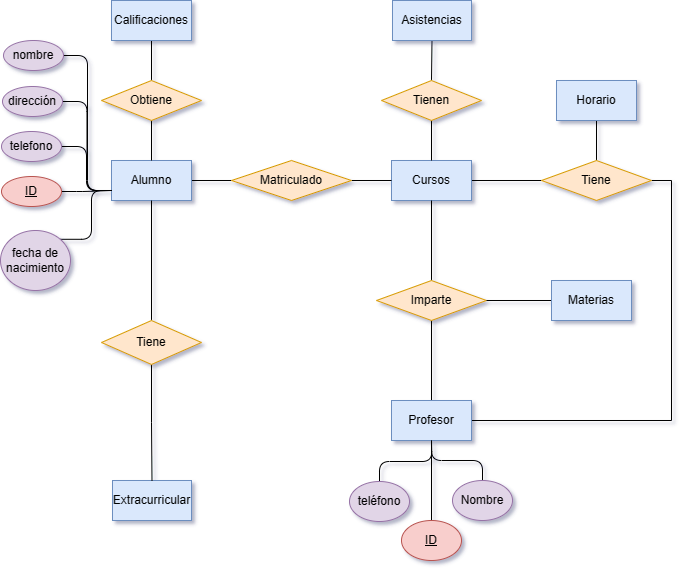
toninavhd/Base-datos keeps this draw.io diagram as Unidad-1/Tareas/Tarea_evaluable1/tareaentregable.drawio.png. Above is the earlier version. Source tidied: cells renumbered, new cells last; positions are measured from the earlier drawing's top-left corner, leaving out a move shared by most shapes.
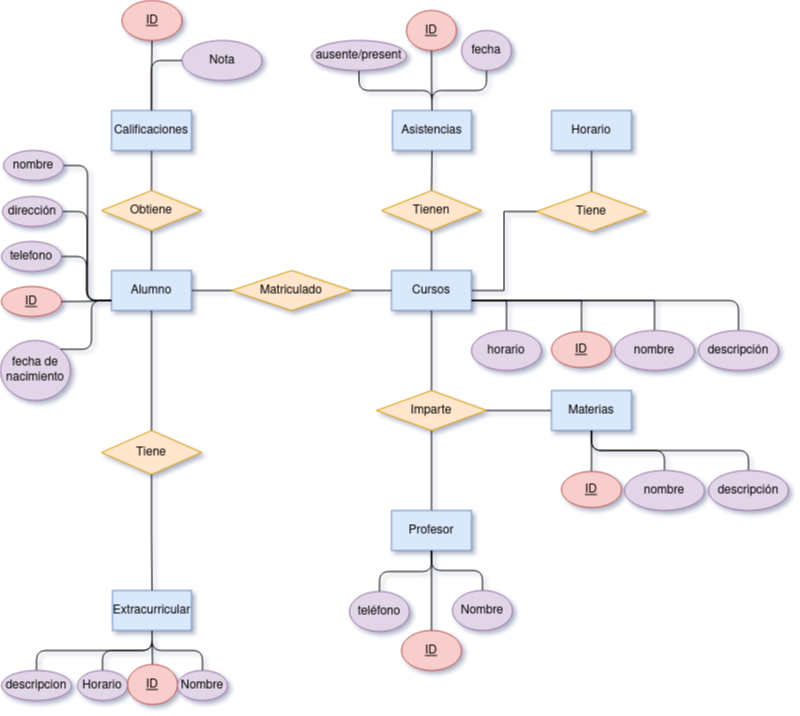
The same file after the commit.

The edit, as a diff of the source:
```diff
@@ -11,6 +11,9 @@
     <mxCell id="4" style="edgeStyle=orthogonalEdgeStyle;rounded=0;jettySize=auto;html=1;exitX=1;exitY=0.5;exitDx=0;exitDy=0;entryX=0;entryY=0.5;entryDx=0;entryDy=0;endArrow=none;endFill=0;" parent="1" edge="1" source="5" target="24">
       <mxGeometry relative="1" as="geometry" />
     </mxCell>
+    <mxCell id="46" style="edgeStyle=orthogonalEdgeStyle;rounded=0;jettySize=auto;html=1;exitX=1;exitY=0.75;exitDx=0;exitDy=0;entryX=0.5;entryY=0;entryDx=0;entryDy=0;endArrow=none;endFill=0;" parent="1" edge="1" source="5" target="54">
+      <mxGeometry relative="1" as="geometry" />
+    </mxCell>
     <mxCell id="5" value="Cursos" style="whiteSpace=wrap;html=1;fillColor=#dae8fc;strokeColor=#6c8ebf;" parent="1" vertex="1">
       <mxGeometry x="391" y="160" width="80" height="40" as="geometry" />
     </mxCell>
@@ -26,9 +29,6 @@
     <mxCell id="9" style="edgeStyle=orthogonalEdgeStyle;rounded=0;jettySize=auto;html=1;exitX=0.5;exitY=1;exitDx=0;exitDy=0;entryX=0.5;entryY=0;entryDx=0;entryDy=0;endArrow=none;endFill=0;" parent="1" edge="1" source="11" target="33">
       <mxGeometry relative="1" as="geometry" />
     </mxCell>
-    <mxCell id="10" style="edgeStyle=orthogonalEdgeStyle;rounded=0;jettySize=auto;html=1;exitX=1;exitY=0.5;exitDx=0;exitDy=0;entryX=1;entryY=0.5;entryDx=0;entryDy=0;endArrow=none;endFill=0;" parent="1" edge="1" source="11" target="24">
-      <mxGeometry relative="1" as="geometry" />
-    </mxCell>
     <mxCell id="11" value="Profesor" style="whiteSpace=wrap;html=1;fillColor=#dae8fc;strokeColor=#6c8ebf;" parent="1" vertex="1">
       <mxGeometry x="391" y="400" width="80" height="40" as="geometry" />
     </mxCell>
@@ -68,10 +68,10 @@
       <mxGeometry relative="1" as="geometry" />
     </mxCell>
     <mxCell id="23" value="Horario" style="whiteSpace=wrap;html=1;fillColor=#dae8fc;strokeColor=#6c8ebf;" parent="1" vertex="1">
-      <mxGeometry x="556" y="80" width="80" height="40" as="geometry" />
+      <mxGeometry x="551" width="80" height="40" as="geometry" />
     </mxCell>
     <mxCell id="24" value="Tiene" style="rhombus;whiteSpace=wrap;html=1;fillColor=#ffe6cc;strokeColor=#d79b00;" parent="1" vertex="1">
-      <mxGeometry x="541" y="160" width="110" height="40" as="geometry" />
+      <mxGeometry x="536" y="81" width="110" height="40" as="geometry" />
     </mxCell>
     <mxCell id="25" style="edgeStyle=orthogonalEdgeStyle;rounded=0;jettySize=auto;html=1;exitX=0.5;exitY=1;exitDx=0;exitDy=0;endArrow=none;endFill=0;" parent="1" edge="1" source="26">
       <mxGeometry relative="1" as="geometry">
@@ -110,6 +110,9 @@
     <mxCell id="34" style="edgeStyle=orthogonalEdgeStyle;rounded=0;jettySize=auto;html=1;exitX=0.5;exitY=1;exitDx=0;exitDy=0;entryX=0.5;entryY=0;entryDx=0;entryDy=0;endArrow=none;endFill=0;" parent="1" edge="1" source="35" target="37">
       <mxGeometry relative="1" as="geometry" />
     </mxCell>
+    <mxCell id="47" style="edgeStyle=orthogonalEdgeStyle;rounded=0;jettySize=auto;html=1;exitX=0.5;exitY=0;exitDx=0;exitDy=0;entryX=0.5;entryY=1;entryDx=0;entryDy=0;endArrow=none;endFill=0;" parent="1" edge="1" source="35" target="61">
+      <mxGeometry relative="1" as="geometry" />
+    </mxCell>
     <mxCell id="35" value="Calificaciones" style="whiteSpace=wrap;html=1;fillColor=#dae8fc;strokeColor=#6c8ebf;" parent="1" vertex="1">
       <mxGeometry x="111" width="80" height="40" as="geometry" />
     </mxCell>
@@ -145,5 +148,95 @@
     <mxCell id="45" value="Tienen" style="rhombus;whiteSpace=wrap;html=1;fillColor=#ffe6cc;strokeColor=#d79b00;" parent="1" vertex="1">
       <mxGeometry x="381" y="80" width="100" height="40" as="geometry" />
     </mxCell>
+    <mxCell id="48" style="edgeStyle=orthogonalEdgeStyle;rounded=0;jettySize=auto;html=1;exitX=0.5;exitY=0;exitDx=0;exitDy=0;endArrow=none;endFill=0;" parent="1" edge="1" source="49" target="15">
+      <mxGeometry relative="1" as="geometry" />
+    </mxCell>
+    <mxCell id="49" value="&lt;u&gt;ID&lt;/u&gt;" style="ellipse;whiteSpace=wrap;html=1;fillColor=#f8cecc;strokeColor=#b85450;" parent="1" vertex="1">
+      <mxGeometry x="561" y="361" width="60" height="36" as="geometry" />
+    </mxCell>
+    <mxCell id="50" style="edgeStyle=orthogonalEdgeStyle;rounded=1;jettySize=auto;html=1;exitX=0.5;exitY=0;exitDx=0;exitDy=0;endArrow=none;endFill=0;" parent="1" edge="1" source="51" target="15">
+      <mxGeometry relative="1" as="geometry" />
+    </mxCell>
+    <mxCell id="51" value="nombre" style="ellipse;whiteSpace=wrap;html=1;fillColor=#e1d5e7;strokeColor=#9673a6;" parent="1" vertex="1">
+      <mxGeometry x="624" y="360" width="80" height="40" as="geometry" />
+    </mxCell>
+    <mxCell id="52" style="edgeStyle=orthogonalEdgeStyle;rounded=1;jettySize=auto;html=1;exitX=0.5;exitY=0;exitDx=0;exitDy=0;endArrow=none;endFill=0;" parent="1" edge="1" source="53" target="15">
+      <mxGeometry relative="1" as="geometry" />
+    </mxCell>
+    <mxCell id="53" value="descripción" style="ellipse;whiteSpace=wrap;html=1;fillColor=#e1d5e7;strokeColor=#9673a6;" parent="1" vertex="1">
+      <mxGeometry x="708" y="360" width="80" height="40" as="geometry" />
+    </mxCell>
+    <mxCell id="54" value="&lt;u&gt;ID&lt;/u&gt;" style="ellipse;whiteSpace=wrap;html=1;fillColor=#f8cecc;strokeColor=#b85450;" parent="1" vertex="1">
+      <mxGeometry x="551" y="221" width="60" height="36" as="geometry" />
+    </mxCell>
+    <mxCell id="55" style="edgeStyle=orthogonalEdgeStyle;rounded=0;jettySize=auto;html=1;exitX=0.5;exitY=0;exitDx=0;exitDy=0;entryX=1;entryY=0.75;entryDx=0;entryDy=0;endArrow=none;endFill=0;" parent="1" edge="1" source="56" target="5">
+      <mxGeometry relative="1" as="geometry" />
+    </mxCell>
+    <mxCell id="56" value="nombre" style="ellipse;whiteSpace=wrap;html=1;fillColor=#e1d5e7;strokeColor=#9673a6;" parent="1" vertex="1">
+      <mxGeometry x="614" y="220" width="80" height="40" as="geometry" />
+    </mxCell>
+    <mxCell id="57" style="edgeStyle=orthogonalEdgeStyle;rounded=0;jettySize=auto;html=1;exitX=0.5;exitY=0;exitDx=0;exitDy=0;entryX=1;entryY=0.75;entryDx=0;entryDy=0;endArrow=none;endFill=0;" parent="1" edge="1" source="58" target="5">
+      <mxGeometry relative="1" as="geometry" />
+    </mxCell>
+    <mxCell id="58" value="horario" style="ellipse;whiteSpace=wrap;html=1;fillColor=#e1d5e7;strokeColor=#9673a6;" parent="1" vertex="1">
+      <mxGeometry x="471" y="220" width="70" height="40" as="geometry" />
+    </mxCell>
+    <mxCell id="59" style="edgeStyle=orthogonalEdgeStyle;rounded=1;jettySize=auto;html=1;exitX=0.5;exitY=0;exitDx=0;exitDy=0;entryX=1;entryY=0.75;entryDx=0;entryDy=0;endArrow=none;endFill=0;" parent="1" edge="1" source="60" target="5">
+      <mxGeometry relative="1" as="geometry" />
+    </mxCell>
+    <mxCell id="60" value="descripción" style="ellipse;whiteSpace=wrap;html=1;fillColor=#e1d5e7;strokeColor=#9673a6;" parent="1" vertex="1">
+      <mxGeometry x="698" y="220" width="80" height="40" as="geometry" />
+    </mxCell>
+    <mxCell id="61" value="&lt;u&gt;ID&lt;/u&gt;" style="ellipse;whiteSpace=wrap;html=1;fillColor=#f8cecc;strokeColor=#b85450;" parent="1" vertex="1">
+      <mxGeometry x="121.5" y="-110" width="60" height="40" as="geometry" />
+    </mxCell>
+    <mxCell id="62" style="edgeStyle=orthogonalEdgeStyle;rounded=1;jettySize=auto;html=1;exitX=0;exitY=0.5;exitDx=0;exitDy=0;endArrow=none;endFill=0;" parent="1" edge="1" source="63" target="35">
+      <mxGeometry relative="1" as="geometry" />
+    </mxCell>
+    <mxCell id="63" value="Nota" style="ellipse;whiteSpace=wrap;html=1;fillColor=#e1d5e7;strokeColor=#9673a6;" parent="1" vertex="1">
+      <mxGeometry x="181.5" y="-70" width="80" height="40" as="geometry" />
+    </mxCell>
+    <mxCell id="64" style="edgeStyle=orthogonalEdgeStyle;rounded=0;jettySize=auto;html=1;exitX=0.5;exitY=1;exitDx=0;exitDy=0;entryX=0.5;entryY=0;entryDx=0;entryDy=0;endArrow=none;endFill=0;" parent="1" edge="1" source="65" target="26">
+      <mxGeometry relative="1" as="geometry" />
+    </mxCell>
+    <mxCell id="65" value="&lt;u&gt;ID&lt;/u&gt;" style="ellipse;whiteSpace=wrap;html=1;fillColor=#f8cecc;strokeColor=#b85450;" parent="1" vertex="1">
+      <mxGeometry x="406" y="-100" width="50" height="40" as="geometry" />
+    </mxCell>
+    <mxCell id="66" style="edgeStyle=orthogonalEdgeStyle;rounded=1;jettySize=auto;html=1;exitX=0.5;exitY=1;exitDx=0;exitDy=0;entryX=0.5;entryY=0;entryDx=0;entryDy=0;endArrow=none;endFill=0;" parent="1" edge="1" source="67" target="26">
+      <mxGeometry relative="1" as="geometry" />
+    </mxCell>
+    <mxCell id="67" value="fecha" style="ellipse;whiteSpace=wrap;html=1;fillColor=#e1d5e7;strokeColor=#9673a6;" parent="1" vertex="1">
+      <mxGeometry x="461" y="-80" width="50" height="40" as="geometry" />
+    </mxCell>
+    <mxCell id="68" style="edgeStyle=orthogonalEdgeStyle;rounded=1;jettySize=auto;html=1;exitX=0.5;exitY=1;exitDx=0;exitDy=0;endArrow=none;endFill=0;" parent="1" edge="1" source="69" target="26">
+      <mxGeometry relative="1" as="geometry" />
+    </mxCell>
+    <mxCell id="69" value="ausente/present" style="ellipse;whiteSpace=wrap;html=1;fillColor=#e1d5e7;strokeColor=#9673a6;" parent="1" vertex="1">
+      <mxGeometry x="311" y="-70" width="95" height="30" as="geometry" />
+    </mxCell>
+    <mxCell id="70" style="edgeStyle=orthogonalEdgeStyle;rounded=0;jettySize=auto;html=1;exitX=0.5;exitY=0;exitDx=0;exitDy=0;entryX=0.5;entryY=1;entryDx=0;entryDy=0;endArrow=none;endFill=0;" parent="1" edge="1" source="71" target="27">
+      <mxGeometry relative="1" as="geometry" />
+    </mxCell>
+    <mxCell id="71" value="&lt;u&gt;ID&lt;/u&gt;" style="ellipse;whiteSpace=wrap;html=1;fillColor=#f8cecc;strokeColor=#b85450;" parent="1" vertex="1">
+      <mxGeometry x="127" y="554" width="50" height="40" as="geometry" />
+    </mxCell>
+    <mxCell id="72" style="edgeStyle=orthogonalEdgeStyle;rounded=1;jettySize=auto;html=1;exitX=0.5;exitY=0;exitDx=0;exitDy=0;entryX=0.5;entryY=1;entryDx=0;entryDy=0;endArrow=none;endFill=0;" parent="1" edge="1" source="73" target="27">
+      <mxGeometry relative="1" as="geometry" />
+    </mxCell>
+    <mxCell id="73" value="Nombre" style="ellipse;whiteSpace=wrap;html=1;fillColor=#e1d5e7;strokeColor=#9673a6;" parent="1" vertex="1">
+      <mxGeometry x="177" y="560" width="50" height="30" as="geometry" />
+    </mxCell>
+    <mxCell id="74" style="edgeStyle=orthogonalEdgeStyle;rounded=1;jettySize=auto;html=1;exitX=0.5;exitY=0;exitDx=0;exitDy=0;entryX=0.5;entryY=1;entryDx=0;entryDy=0;endArrow=none;endFill=0;" parent="1" edge="1" source="75" target="27">
+      <mxGeometry relative="1" as="geometry" />
+    </mxCell>
+    <mxCell id="75" value="Horario" style="ellipse;whiteSpace=wrap;html=1;fillColor=#e1d5e7;strokeColor=#9673a6;" parent="1" vertex="1">
+      <mxGeometry x="77" y="560" width="50" height="30" as="geometry" />
+    </mxCell>
+    <mxCell id="76" style="edgeStyle=orthogonalEdgeStyle;rounded=1;jettySize=auto;html=1;exitX=0.5;exitY=0;exitDx=0;exitDy=0;entryX=0.5;entryY=1;entryDx=0;entryDy=0;endArrow=none;endFill=0;" parent="1" edge="1" source="77" target="27">
+      <mxGeometry relative="1" as="geometry" />
+    </mxCell>
+    <mxCell id="77" value="descripcion" style="ellipse;whiteSpace=wrap;html=1;fillColor=#e1d5e7;strokeColor=#9673a6;" parent="1" vertex="1">
+      <mxGeometry x="1" y="560" width="70" height="30" as="geometry" />
+    </mxCell>
   </root>
 </mxGraphModel>
```
